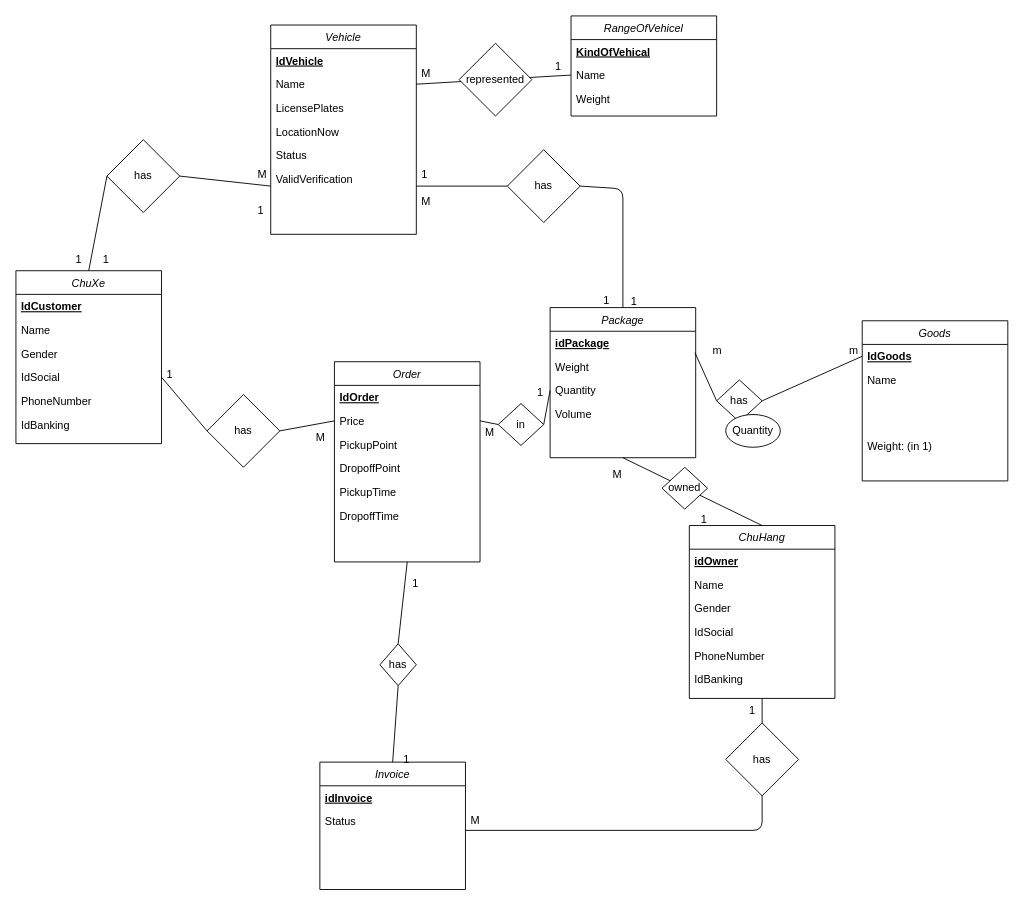
Earlier version of the draw.io diagram Untitled Diagram.drawio (ngntanloc/math-util-live). Source tidied: cells renumbered, new cells numbered last; positions are measured from the earlier drawing's top-left corner, leaving out a move shared by most shapes. Both pictures are drawn from the tidied source at 91%, with x=0, y=0 at pixel (15, 15).
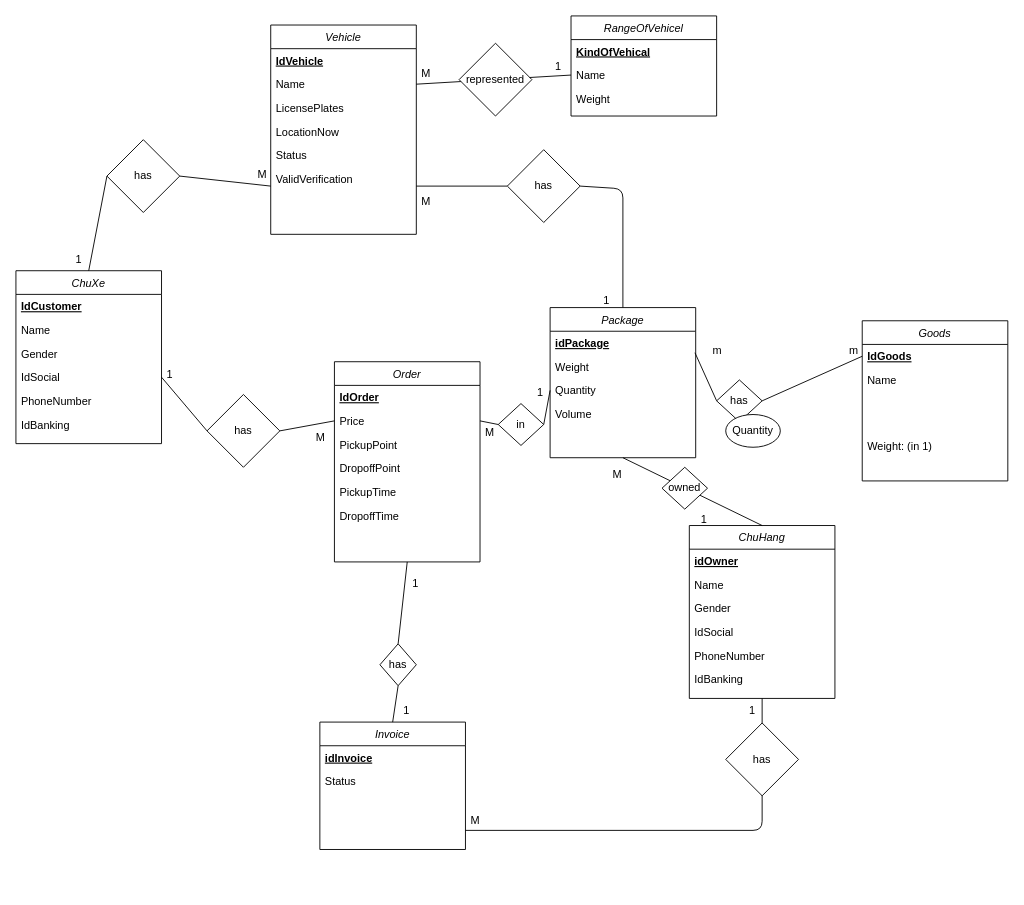
Above is the later version.

Change to the diagram source:
```diff
@@
     <mxCell id="33" value="Invoice" style="swimlane;fontStyle=2;align=center;verticalAlign=top;horizontal=1;startSize=26;rounded=0;shadow=0;strokeWidth=1;" parent="1" vertex="1">
-      <mxGeometry x="334" y="820" width="160" height="140" as="geometry" />
+      <mxGeometry x="334" y="776" width="160" height="140" as="geometry" />
     </mxCell>
@@
-    <mxCell id="46" value="1" style="text;strokeColor=none;fillColor=none;align=left;verticalAlign=top;spacingLeft=4;spacingRight=4;overflow=hidden;" parent="1" vertex="1">
-      <mxGeometry x="260" y="200" width="20" height="26" as="geometry" />
-    </mxCell>
-    <mxCell id="47" value="1" style="text;strokeColor=none;fillColor=none;align=left;verticalAlign=top;spacingLeft=4;spacingRight=4;overflow=hidden;points=[[0,0.5],[1,0.5]];portConstraint=eastwest;" parent="1" vertex="1">
-      <mxGeometry x="90" y="254" width="20" height="26" as="geometry" />
-    </mxCell>
@@
-    <mxCell id="49" value="1" style="text;strokeColor=none;fillColor=none;align=left;verticalAlign=top;spacingLeft=4;spacingRight=4;overflow=hidden;" parent="1" vertex="1">
-      <mxGeometry x="440" y="161" width="20" height="26" as="geometry" />
-    </mxCell>
-    <mxCell id="50" value="1" style="text;strokeColor=none;fillColor=none;align=left;verticalAlign=top;spacingLeft=4;spacingRight=4;overflow=hidden;" parent="1" vertex="1">
-      <mxGeometry x="670" y="300" width="20" height="26" as="geometry" />
-    </mxCell>
@@
     <mxCell id="64" value="1" style="text;strokeColor=none;fillColor=none;align=left;verticalAlign=top;spacingLeft=4;spacingRight=4;overflow=hidden;" parent="1" vertex="1">
-      <mxGeometry x="420" y="804" width="20" height="26" as="geometry" />
+      <mxGeometry x="420" y="750" width="20" height="26" as="geometry" />
     </mxCell>
@@
-    <mxCell id="70" style="edgeStyle=orthogonalEdgeStyle;rounded=0;orthogonalLoop=1;jettySize=auto;html=1;exitX=1;exitY=0.5;exitDx=0;exitDy=0;" parent="1" edge="1" source="47" target="47">
-      <mxGeometry relative="1" as="geometry" />
+    <mxCell id="70" style="edgeStyle=orthogonalEdgeStyle;rounded=0;orthogonalLoop=1;jettySize=auto;html=1;exitX=1;exitY=0.5;exitDx=0;exitDy=0;" parent="1" edge="1">
+      <mxGeometry relative="1" as="geometry">
+        <mxPoint x="110" y="267" as="sourcePoint" />
+        <mxPoint x="110" y="267" as="targetPoint" />
+      </mxGeometry>
     </mxCell>
```
